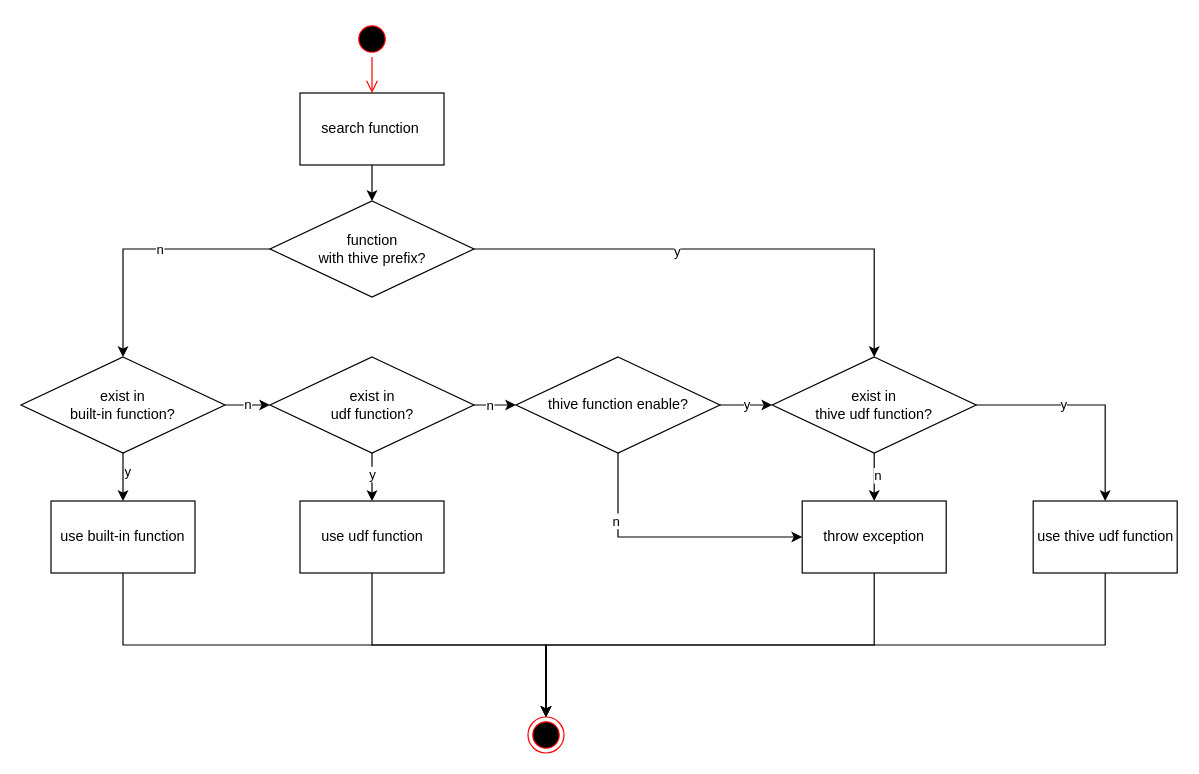
The draw.io diagram statocks.drawio in allendang001/charts, before the edit. Source tidied: cells renumbered, new cells numbered last; positions are measured from the earlier drawing's top-left corner, leaving out a move shared by most shapes. Both pictures are drawn from the tidied source at 120%, with x=0, y=0 at pixel (20, 20).
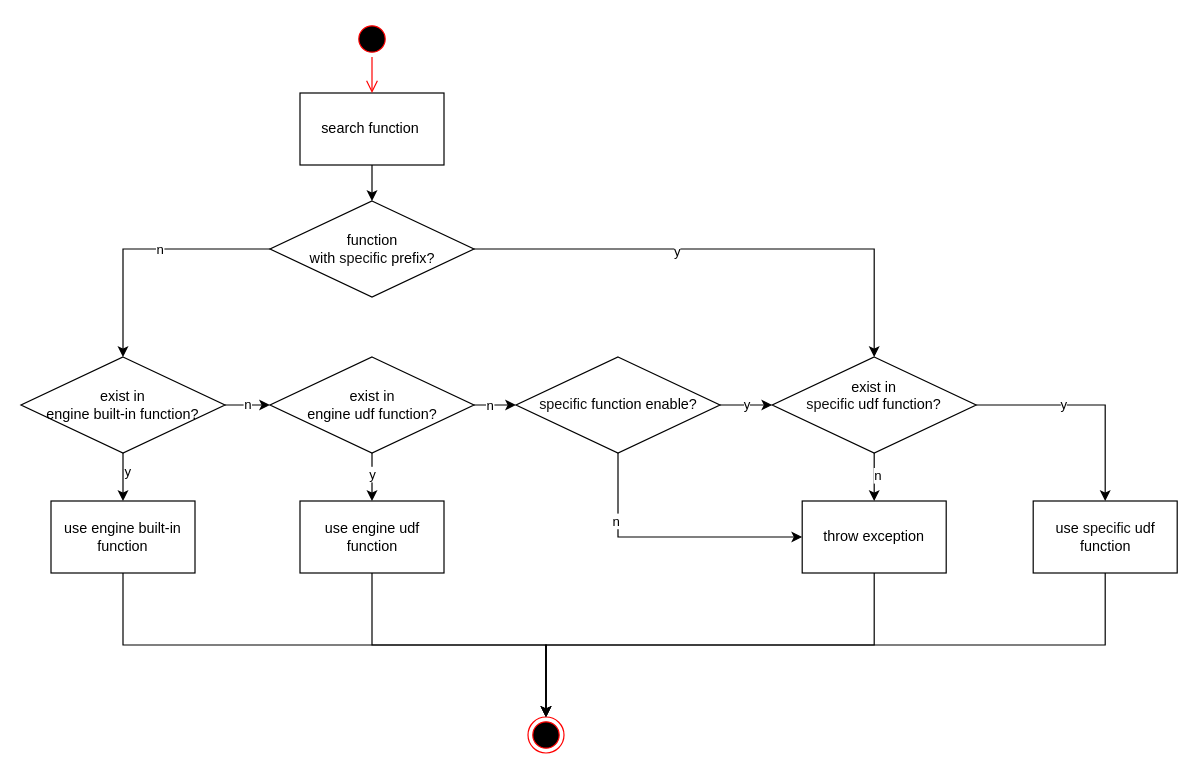
The same page after the edit.

Diff of the diagram source:
```diff
@@
-    <mxCell id="9" value="exist in&lt;br&gt;built-in function?" style="rhombus;whiteSpace=wrap;html=1;" parent="1" vertex="1">
+    <mxCell id="9" value="exist in&lt;br&gt;engine built-in function?" style="rhombus;whiteSpace=wrap;html=1;" parent="1" vertex="1">
       <mxGeometry y="280" width="170" height="80" as="geometry" />
     </mxCell>
@@
-    <mxCell id="14" value="exist in&lt;br&gt;udf function?" style="rhombus;whiteSpace=wrap;html=1;" parent="1" vertex="1">
+    <mxCell id="14" value="exist in&lt;br&gt;engine udf function?" style="rhombus;whiteSpace=wrap;html=1;" parent="1" vertex="1">
       <mxGeometry x="207.5" y="280" width="170" height="80" as="geometry" />
     </mxCell>
@@
-    <mxCell id="16" value="use built-in function" style="rounded=0;whiteSpace=wrap;html=1;" parent="1" vertex="1">
+    <mxCell id="16" value="use engine built-in function" style="rounded=0;whiteSpace=wrap;html=1;" parent="1" vertex="1">
       <mxGeometry x="25" y="400" width="120" height="60" as="geometry" />
     </mxCell>
@@
-    <mxCell id="21" value="exist in&lt;br&gt;thive udf function?" style="rhombus;whiteSpace=wrap;html=1;" parent="1" vertex="1">
+    <mxCell id="21" value="exist in&lt;br style=&quot;font-size: 12px;&quot;&gt;&lt;span style=&quot;color: rgb(17, 17, 17); font-family: Arial, Helvetica, sans-serif; font-size: 12px; text-align: left; background-color: rgb(255, 255, 255);&quot;&gt;specific&lt;/span&gt;&amp;nbsp;udf function?&lt;div&gt;&lt;br&gt;&lt;/div&gt;" style="rhombus;whiteSpace=wrap;html=1;fontSize=12;" parent="1" vertex="1">
       <mxGeometry x="626" y="280" width="170" height="80" as="geometry" />
     </mxCell>
@@
-    <mxCell id="26" value="use thive udf function" style="rounded=0;whiteSpace=wrap;html=1;" parent="1" vertex="1">
+    <mxCell id="26" value="use&amp;nbsp;&lt;span style=&quot;color: rgb(17, 17, 17); font-family: Arial, Helvetica, sans-serif; font-size: 12px; text-align: left; background-color: rgb(255, 255, 255);&quot;&gt;specific&lt;/span&gt;&amp;nbsp;udf function" style="rounded=0;whiteSpace=wrap;html=1;fontSize=12;" parent="1" vertex="1">
       <mxGeometry x="843.5" y="400" width="120" height="60" as="geometry" />
     </mxCell>
@@
-    <mxCell id="28" value="use udf function" style="rounded=0;whiteSpace=wrap;html=1;" parent="1" vertex="1">
+    <mxCell id="28" value="use engine udf function" style="rounded=0;whiteSpace=wrap;html=1;" parent="1" vertex="1">
       <mxGeometry x="232.5" y="400" width="120" height="60" as="geometry" />
     </mxCell>
@@
-    <mxCell id="33" value="function &lt;br&gt;with thive prefix?" style="rhombus;whiteSpace=wrap;html=1;" parent="1" vertex="1">
+    <mxCell id="33" value="function &lt;br style=&quot;font-size: 12px;&quot;&gt;with&amp;nbsp;&lt;span style=&quot;color: rgb(17, 17, 17); font-family: Arial, Helvetica, sans-serif; font-size: 12px; text-align: left; background-color: rgb(255, 255, 255);&quot;&gt;specific&lt;/span&gt;&amp;nbsp;prefix?" style="rhombus;whiteSpace=wrap;html=1;fontSize=12;" parent="1" vertex="1">
       <mxGeometry x="207.5" y="150" width="170" height="80" as="geometry" />
     </mxCell>
@@
-    <mxCell id="37" value="thive function enable?" style="rhombus;whiteSpace=wrap;html=1;" parent="1" vertex="1">
+    <mxCell id="37" value="&lt;span style=&quot;color: rgb(17, 17, 17); font-family: Arial, Helvetica, sans-serif; font-size: 12px; text-align: left; background-color: rgb(255, 255, 255);&quot;&gt;specific&lt;/span&gt;&amp;nbsp;function enable?" style="rhombus;whiteSpace=wrap;html=1;fontSize=12;" parent="1" vertex="1">
       <mxGeometry x="412.5" y="280" width="170" height="80" as="geometry" />
     </mxCell>
```
